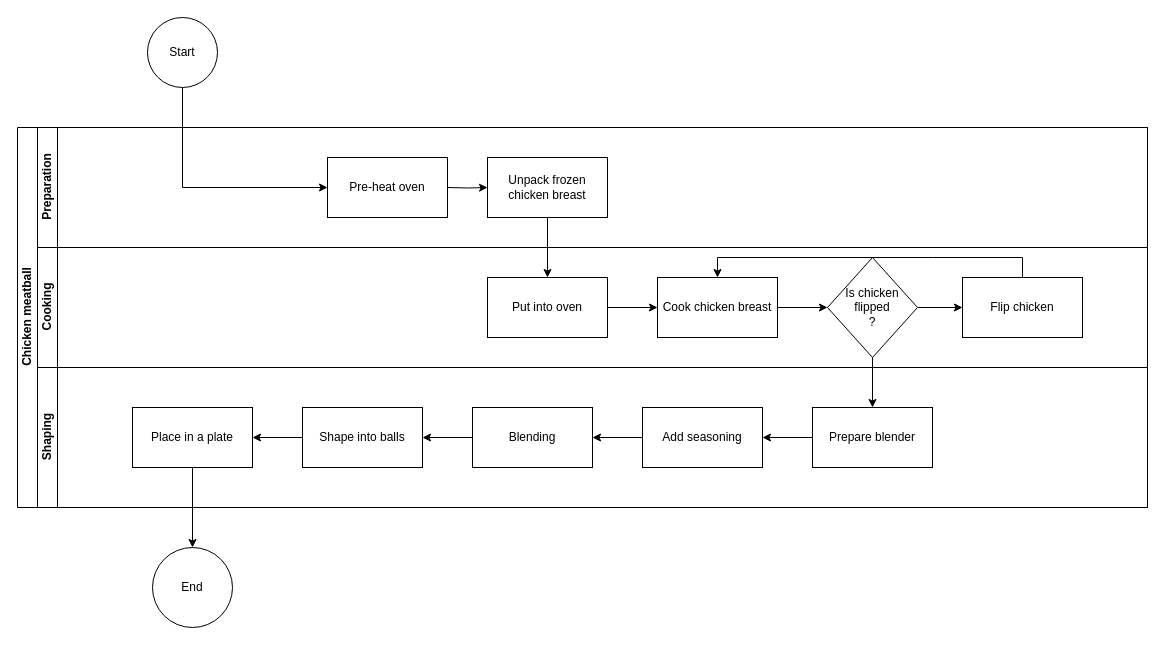
sorariver/sorariver.github.com- keeps this draw.io diagram as Untitled Diagram.drawio. Above is the earlier version. Source tidied: cells renumbered, new cells numbered last; positions are measured from the earlier drawing's top-left corner, leaving out a move shared by most shapes. Both pictures are drawn from the tidied source at 100%, with x=0, y=0 at pixel (17, 17).
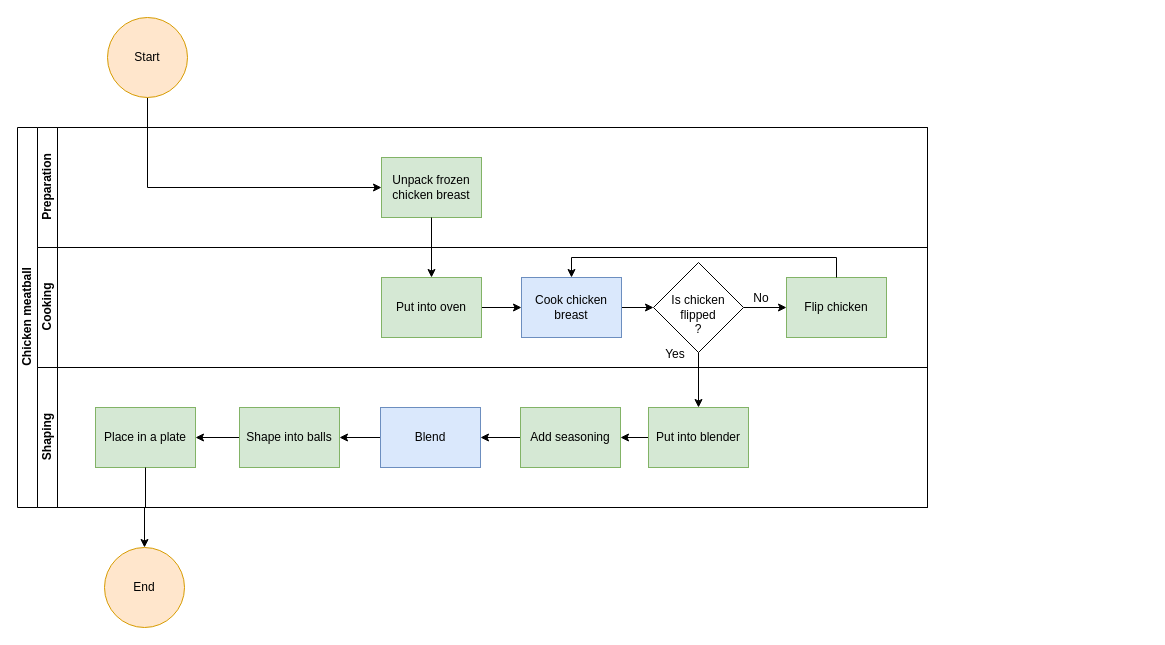
After the change.

What changed in the source:
```diff
@@
     <mxCell id="2" value="Chicken meatball" style="swimlane;html=1;horizontal=0;startSize=20;" parent="1" vertex="1">
-      <mxGeometry y="110" width="1130" height="380" as="geometry" />
+      <mxGeometry y="110" width="910" height="380" as="geometry" />
     </mxCell>
     <mxCell id="3" value="Preparation" style="swimlane;html=1;startSize=20;horizontal=0;" parent="2" vertex="1">
-      <mxGeometry x="20" width="1110" height="120" as="geometry" />
+      <mxGeometry x="20" width="890" height="120" as="geometry" />
     </mxCell>
-    <mxCell id="4" value="Unpack frozen chicken breast" style="whiteSpace=wrap;html=1;fontColor=#000000;rounded=0;" parent="3" vertex="1">
-      <mxGeometry x="450" y="30" width="120" height="60" as="geometry" />
+    <mxCell id="4" value="Unpack frozen chicken breast" style="whiteSpace=wrap;html=1;rounded=0;fillColor=#d5e8d4;strokeColor=#82b366;" parent="3" vertex="1">
+      <mxGeometry x="344" y="30" width="100" height="60" as="geometry" />
     </mxCell>
-    <mxCell id="5" style="edgeStyle=orthogonalEdgeStyle;rounded=0;jettySize=auto;html=1;" parent="3" edge="1" target="4">
-      <mxGeometry relative="1" as="geometry">
-        <mxPoint x="410" y="60" as="sourcePoint" />
-      </mxGeometry>
-    </mxCell>
-    <mxCell id="6" value="Pre-heat oven" style="whiteSpace=wrap;html=1;" parent="3" vertex="1">
-      <mxGeometry x="290" y="30" width="120" height="60" as="geometry" />
-    </mxCell>
     <mxCell id="7" value="Cooking" style="swimlane;html=1;startSize=20;horizontal=0;" parent="2" vertex="1">
-      <mxGeometry x="20" y="120" width="1110" height="120" as="geometry" />
+      <mxGeometry x="20" y="120" width="890" height="120" as="geometry" />
     </mxCell>
@@
-    <mxCell id="9" value="Put into oven" style="whiteSpace=wrap;html=1;fontColor=#000000;rounded=0;" parent="7" vertex="1">
-      <mxGeometry x="450" y="30" width="120" height="60" as="geometry" />
+    <mxCell id="9" value="Put into oven" style="whiteSpace=wrap;html=1;rounded=0;fillColor=#d5e8d4;strokeColor=#82b366;" parent="7" vertex="1">
+      <mxGeometry x="344" y="30" width="100" height="60" as="geometry" />
     </mxCell>
@@
-    <mxCell id="11" value="Cook chicken breast" style="whiteSpace=wrap;html=1;fontColor=#000000;rounded=0;" parent="7" vertex="1">
-      <mxGeometry x="620" y="30" width="120" height="60" as="geometry" />
+    <mxCell id="11" value="Cook chicken breast" style="whiteSpace=wrap;html=1;rounded=0;fillColor=#dae8fc;strokeColor=#6c8ebf;" parent="7" vertex="1">
+      <mxGeometry x="484" y="30" width="100" height="60" as="geometry" />
     </mxCell>
@@
-    <mxCell id="13" value="Is chicken flipped&lt;div&gt;?&lt;/div&gt;" style="rhombus;whiteSpace=wrap;html=1;fontColor=#000000;rounded=0;" parent="7" vertex="1">
-      <mxGeometry x="790" y="10" width="90" height="100" as="geometry" />
+    <mxCell id="13" value="&lt;div&gt;&lt;br&gt;&lt;/div&gt;Is chicken flipped&lt;div&gt;?&lt;/div&gt;" style="rhombus;whiteSpace=wrap;html=1;fontColor=#000000;rounded=0;" parent="7" vertex="1">
+      <mxGeometry x="616" y="15" width="90" height="90" as="geometry" />
     </mxCell>
-    <mxCell id="14" value="Flip chicken" style="whiteSpace=wrap;html=1;fontColor=#000000;rounded=0;" parent="7" vertex="1">
-      <mxGeometry x="925" y="30" width="120" height="60" as="geometry" />
+    <mxCell id="14" value="Flip chicken" style="whiteSpace=wrap;html=1;rounded=0;fillColor=#d5e8d4;strokeColor=#82b366;" parent="7" vertex="1">
+      <mxGeometry x="749" y="30" width="100" height="60" as="geometry" />
     </mxCell>
     <mxCell id="15" style="edgeStyle=orthogonalEdgeStyle;rounded=0;jettySize=auto;html=1;entryX=0.5;entryY=0;entryDx=0;entryDy=0;exitX=0.5;exitY=0;exitDx=0;exitDy=0;" parent="7" edge="1" source="14" target="11">
       <mxGeometry relative="1" as="geometry">
         <Array as="points">
-          <mxPoint x="895" y="10" />
-          <mxPoint x="520" y="10" />
+          <mxPoint x="799" y="10" />
+          <mxPoint x="534" y="10" />
         </Array>
       </mxGeometry>
     </mxCell>
+    <mxCell id="32" value="No" style="text;html=1;align=center;verticalAlign=middle;whiteSpace=wrap;rounded=0;" parent="7" vertex="1">
+      <mxGeometry x="694" y="36" width="60" height="30" as="geometry" />
+    </mxCell>
+    <mxCell id="33" value="Yes" style="text;html=1;align=center;verticalAlign=middle;whiteSpace=wrap;rounded=0;" parent="7" vertex="1">
+      <mxGeometry x="608" y="92" width="60" height="30" as="geometry" />
+    </mxCell>
     <mxCell id="16" value="Shaping" style="swimlane;html=1;startSize=20;horizontal=0;" parent="2" vertex="1">
-      <mxGeometry x="20" y="240" width="1110" height="140" as="geometry" />
+      <mxGeometry x="20" y="240" width="890" height="140" as="geometry" />
     </mxCell>
@@
-    <mxCell id="18" value="Prepare blender" style="whiteSpace=wrap;html=1;fontColor=#000000;rounded=0;" parent="16" vertex="1">
-      <mxGeometry x="775" y="40" width="120" height="60" as="geometry" />
+    <mxCell id="18" value="Put into blender" style="whiteSpace=wrap;html=1;rounded=0;fillColor=#d5e8d4;strokeColor=#82b366;" parent="16" vertex="1">
+      <mxGeometry x="611" y="40" width="100" height="60" as="geometry" />
     </mxCell>
@@
-    <mxCell id="20" value="Add seasoning" style="whiteSpace=wrap;html=1;fontColor=#000000;rounded=0;" parent="16" vertex="1">
-      <mxGeometry x="605" y="40" width="120" height="60" as="geometry" />
+    <mxCell id="20" value="Add seasoning" style="whiteSpace=wrap;html=1;rounded=0;fillColor=#d5e8d4;strokeColor=#82b366;" parent="16" vertex="1">
+      <mxGeometry x="483" y="40" width="100" height="60" as="geometry" />
     </mxCell>
@@
-    <mxCell id="22" value="Blending" style="whiteSpace=wrap;html=1;fontColor=#000000;rounded=0;" parent="16" vertex="1">
-      <mxGeometry x="435" y="40" width="120" height="60" as="geometry" />
+    <mxCell id="22" value="Blend" style="whiteSpace=wrap;html=1;rounded=0;fillColor=#dae8fc;strokeColor=#6c8ebf;" parent="16" vertex="1">
+      <mxGeometry x="343" y="40" width="100" height="60" as="geometry" />
     </mxCell>
@@
-    <mxCell id="24" value="Shape into balls" style="whiteSpace=wrap;html=1;fontColor=#000000;rounded=0;" parent="16" vertex="1">
-      <mxGeometry x="265" y="40" width="120" height="60" as="geometry" />
+    <mxCell id="24" value="Shape into balls" style="whiteSpace=wrap;html=1;rounded=0;fillColor=#d5e8d4;strokeColor=#82b366;" parent="16" vertex="1">
+      <mxGeometry x="202" y="40" width="100" height="60" as="geometry" />
     </mxCell>
-    <mxCell id="25" value="Place in a plate" style="whiteSpace=wrap;html=1;fontColor=#000000;rounded=0;" parent="16" vertex="1">
-      <mxGeometry x="95" y="40" width="120" height="60" as="geometry" />
+    <mxCell id="25" value="Place in a plate" style="whiteSpace=wrap;html=1;rounded=0;fillColor=#d5e8d4;strokeColor=#82b366;" parent="16" vertex="1">
+      <mxGeometry x="58" y="40" width="100" height="60" as="geometry" />
     </mxCell>
@@
-    <mxCell id="28" style="edgeStyle=orthogonalEdgeStyle;rounded=0;jettySize=auto;html=1;" parent="1" edge="1" source="29" target="6">
+    <mxCell id="28" style="edgeStyle=orthogonalEdgeStyle;rounded=0;jettySize=auto;html=1;exitX=0.5;exitY=1;exitDx=0;exitDy=0;entryX=0;entryY=0.5;entryDx=0;entryDy=0;" parent="1" edge="1" source="29" target="4">
       <mxGeometry relative="1" as="geometry">
         <Array as="points">
-          <mxPoint x="165" y="170" />
+          <mxPoint x="130" y="170" />
         </Array>
       </mxGeometry>
     </mxCell>
-    <mxCell id="29" value="Start" style="ellipse;whiteSpace=wrap;html=1;" parent="1" vertex="1">
-      <mxGeometry x="130" width="70" height="70" as="geometry" />
-    </mxCell>
-    <mxCell id="30" value="End" style="ellipse;whiteSpace=wrap;html=1;fontColor=#000000;rounded=0;" parent="1" vertex="1">
-      <mxGeometry x="135" y="530" width="80" height="80" as="geometry" />
+    <mxCell id="30" value="End" style="ellipse;whiteSpace=wrap;html=1;rounded=0;fillColor=#ffe6cc;strokeColor=#d79b00;" parent="1" vertex="1">
+      <mxGeometry x="87" y="530" width="80" height="80" as="geometry" />
     </mxCell>
@@
+    <mxCell id="29" value="Start" style="ellipse;whiteSpace=wrap;html=1;rounded=0;fillColor=#ffe6cc;strokeColor=#d79b00;" parent="1" vertex="1">
+      <mxGeometry x="90" width="80" height="80" as="geometry" />
+    </mxCell>
```
